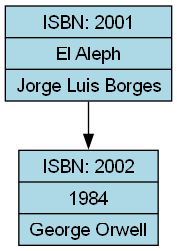
The Graphviz diagram src/Frontend/wwwroot/img/grafica_Ficcion.png in ThatGuyCalledTheIronSlash/IPC2_Proy02_202602_202500708, before a commit. Its source is kept beside it as src/Frontend/wwwroot/img/grafica_Ficcion.dot.
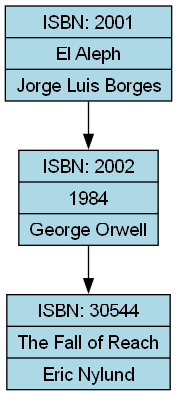
The same diagram one commit later.

The edit, as a diff of the source:
```diff
@@ -4,4 +4,6 @@
   node2001 [label="{ ISBN: 2001 | El Aleph | Jorge Luis Borges }"];
   node2002 [label="{ ISBN: 2002 | 1984 | George Orwell }"];
   node2001 -> node2002;
+  node30544 [label="{ ISBN: 30544 | The Fall of Reach | Eric Nylund }"];
+  node2002 -> node30544;
 }
```
